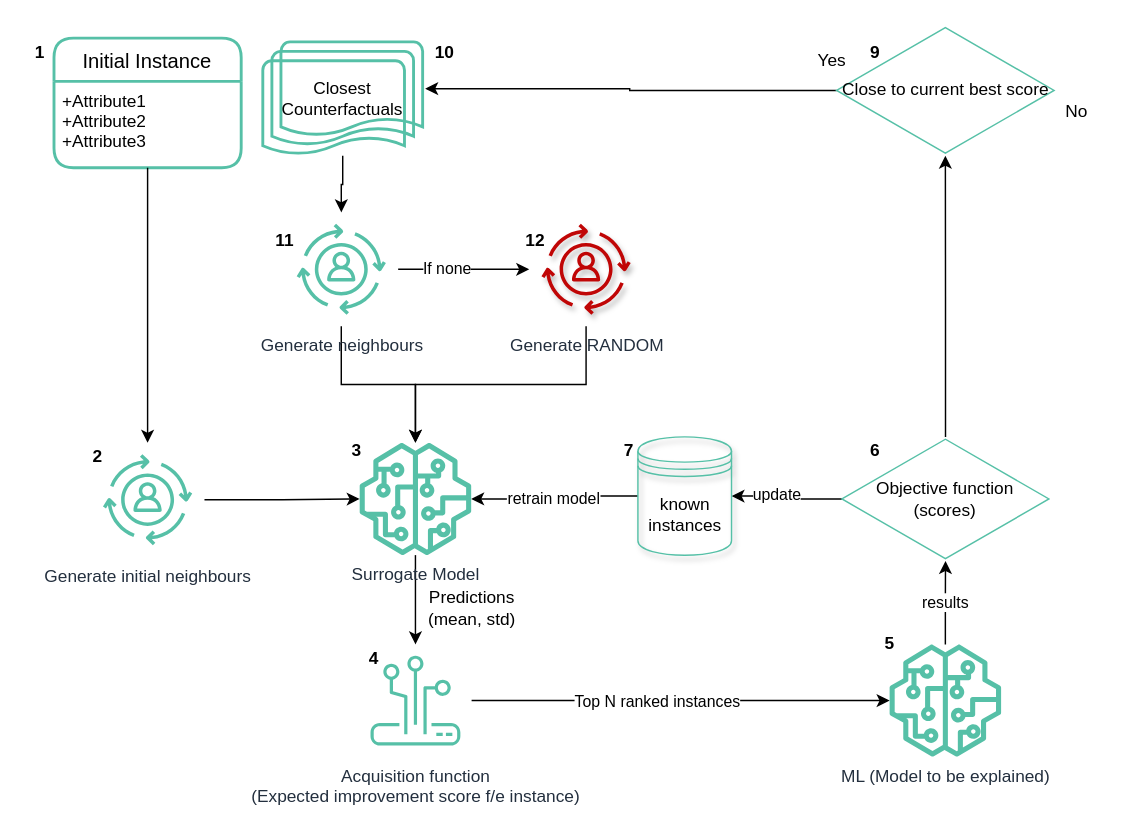
The draw.io diagram generator.drawio in piotromashov/baycon, before the edit. Source tidied: cells renumbered, new cells numbered last; positions are measured from the earlier drawing's top-left corner, leaving out a move shared by most shapes. Both pictures are drawn from the tidied source at 144%, with x=0, y=0 at pixel (24, 24). Pictures stored in the file or linked from it are replaced by grey dashed boxes.
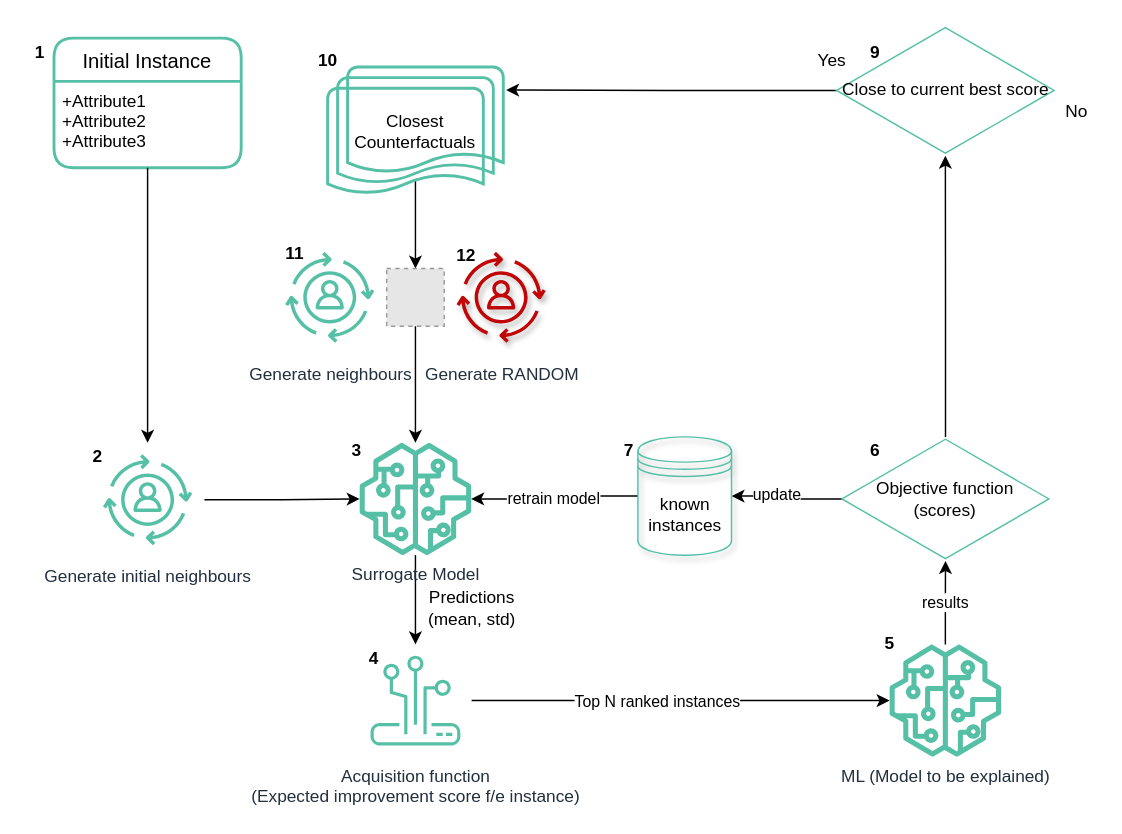
The same page after the edit.

Unchanged cells that the change refers to:
```xml
<mxCell id="11" value="&lt;div&gt;Surrogate Model&lt;/div&gt;" style="sketch=0;outlineConnect=0;fontColor=#232F3E;gradientColor=none;fillColor=#56C0A7;strokeColor=none;dashed=0;verticalLabelPosition=bottom;verticalAlign=top;align=center;html=1;fontSize=12;fontStyle=0;shape=mxgraph.aws4.sagemaker_model;" parent="1" vertex="1">
  <mxGeometry x="232" y="290" width="78" height="78" as="geometry" />
</mxCell>
<mxCell id="17" value="Close to current best score" style="html=1;whiteSpace=wrap;shape=isoRectangle;shadow=0;strokeColor=#56C0A7;fillColor=none;" parent="1" vertex="1">
  <mxGeometry x="563.5" width="151" height="90.6" as="geometry" />
</mxCell>
```

What changed in the source:
```diff
@@
-    <mxCell id="2" style="edgeStyle=orthogonalEdgeStyle;rounded=0;jettySize=auto;html=1;" parent="1" edge="1" source="5" target="27">
-      <mxGeometry relative="1" as="geometry" />
-    </mxCell>
-    <mxCell id="3" value="If none" style="edgeLabel;html=1;align=center;verticalAlign=middle;" parent="2" vertex="1">
-      <mxGeometry x="-0.27" y="2" relative="1" as="geometry">
-        <mxPoint y="1" as="offset" />
-      </mxGeometry>
-    </mxCell>
-    <mxCell id="4" style="edgeStyle=orthogonalEdgeStyle;rounded=0;jettySize=auto;html=1;" parent="1" edge="1" source="5" target="11">
-      <mxGeometry relative="1" as="geometry" />
-    </mxCell>
     <mxCell id="5" value="Generate neighbours" style="sketch=0;points=[[0,0,0],[0.25,0,0],[0.5,0,0],[0.75,0,0],[1,0,0],[0,1,0],[0.25,1,0],[0.5,1,0],[0.75,1,0],[1,1,0],[0,0.25,0],[0,0.5,0],[0,0.75,0],[1,0.25,0],[1,0.5,0],[1,0.75,0]];outlineConnect=0;fontColor=#232F3E;gradientColor=#4AB29A;gradientDirection=north;fillColor=none;strokeColor=#56C0A7;dashed=0;verticalLabelPosition=bottom;verticalAlign=top;align=center;html=1;fontSize=12;fontStyle=0;shape=mxgraph.aws4.resourceIcon;resIcon=mxgraph.aws4.personalize;shadow=0;" parent="1" vertex="1">
-      <mxGeometry x="180" y="130" width="79" height="79" as="geometry" />
+      <mxGeometry x="172" y="149.5" width="79" height="79" as="geometry" />
     </mxCell>
@@
-    <mxCell id="16" style="edgeStyle=orthogonalEdgeStyle;rounded=0;jettySize=auto;html=1;entryX=1.016;entryY=0.411;entryDx=0;entryDy=0;entryPerimeter=0;" parent="1" edge="1" source="17" target="19">
+    <mxCell id="16" style="edgeStyle=orthogonalEdgeStyle;rounded=0;jettySize=auto;html=1;entryX=1.016;entryY=0.18;entryDx=0;entryDy=0;entryPerimeter=0;" parent="1" edge="1" source="17" target="19">
       <mxGeometry relative="1" as="geometry" />
     </mxCell>
@@
-    <mxCell id="18" style="edgeStyle=orthogonalEdgeStyle;rounded=0;jettySize=auto;html=1;" parent="1" edge="1" source="19" target="5">
-      <mxGeometry relative="1" as="geometry" />
-    </mxCell>
+    <mxCell id="45" style="edgeStyle=orthogonalEdgeStyle;rounded=0;jettySize=auto;html=1;exitX=0.5;exitY=0.88;exitDx=0;exitDy=0;exitPerimeter=0;entryX=0.5;entryY=0;entryDx=0;entryDy=0;" parent="1" edge="1" source="19" target="47">
+      <mxGeometry relative="1" as="geometry" />
+    </mxCell>
     <mxCell id="19" value="Closest&lt;br&gt;Counterfactuals" style="strokeWidth=2;html=1;shape=mxgraph.flowchart.multi-document;whiteSpace=wrap;fillColor=none;strokeColor=#56C0A7;" parent="1" vertex="1">
-      <mxGeometry x="165" y="11.6" width="111" height="79" as="geometry" />
+      <mxGeometry x="210" y="29" width="122" height="89" as="geometry" />
     </mxCell>
@@
-    <mxCell id="26" style="edgeStyle=orthogonalEdgeStyle;rounded=0;jettySize=auto;html=1;exitX=0.5;exitY=1;exitDx=0;exitDy=0;exitPerimeter=0;" parent="1" edge="1" source="27" target="11">
-      <mxGeometry relative="1" as="geometry" />
-    </mxCell>
     <mxCell id="27" value="Generate RANDOM" style="sketch=0;points=[[0,0,0],[0.25,0,0],[0.5,0,0],[0.75,0,0],[1,0,0],[0,1,0],[0.25,1,0],[0.5,1,0],[0.75,1,0],[1,1,0],[0,0.25,0],[0,0.5,0],[0,0.75,0],[1,0.25,0],[1,0.5,0],[1,0.75,0]];outlineConnect=0;fontColor=#232F3E;gradientColor=#4AB29A;gradientDirection=north;fillColor=none;strokeColor=#C00606;dashed=0;verticalLabelPosition=bottom;verticalAlign=top;align=center;html=1;fontSize=12;fontStyle=0;shape=mxgraph.aws4.resourceIcon;resIcon=mxgraph.aws4.personalize;shadow=1;" parent="1" vertex="1">
-      <mxGeometry x="350" y="130" width="79" height="79" as="geometry" />
+      <mxGeometry x="291" y="149.5" width="79" height="79" as="geometry" />
     </mxCell>
@@
     <mxCell id="42" value="10" style="text;html=1;align=center;verticalAlign=middle;strokeColor=none;fillColor=none;fontStyle=1;" parent="1" vertex="1">
-      <mxGeometry x="276" y="9" width="30" height="20" as="geometry" />
+      <mxGeometry x="195" y="14.5" width="30" height="20" as="geometry" />
     </mxCell>
     <mxCell id="43" value="11" style="text;html=1;align=center;verticalAlign=middle;strokeColor=none;fillColor=none;fontStyle=1;" parent="1" vertex="1">
-      <mxGeometry x="165" y="140" width="30" height="20" as="geometry" />
+      <mxGeometry x="172" y="149" width="30" height="20" as="geometry" />
     </mxCell>
     <mxCell id="44" value="12" style="text;html=1;align=center;verticalAlign=middle;strokeColor=none;fillColor=none;fontStyle=1;" parent="1" vertex="1">
-      <mxGeometry x="339" y="140" width="30" height="20" as="geometry" />
+      <mxGeometry x="291" y="149.5" width="30" height="20" as="geometry" />
     </mxCell>
+    <mxCell id="46" style="edgeStyle=orthogonalEdgeStyle;rounded=0;jettySize=auto;html=1;exitX=0.5;exitY=1;exitDx=0;exitDy=0;" parent="1" edge="1" source="47" target="11">
+      <mxGeometry relative="1" as="geometry" />
+    </mxCell>
+    <mxCell id="47" style="fillColor=#E6E6E6;strokeColor=#999999;dashed=1;html=1;verticalAlign=top;verticalLabelPosition=bottom;labelBackgroundColor=#ffffff;" parent="1" vertex="1">
+      <mxGeometry x="251" y="169" width="40" height="40" as="geometry" />
+    </mxCell>
```
